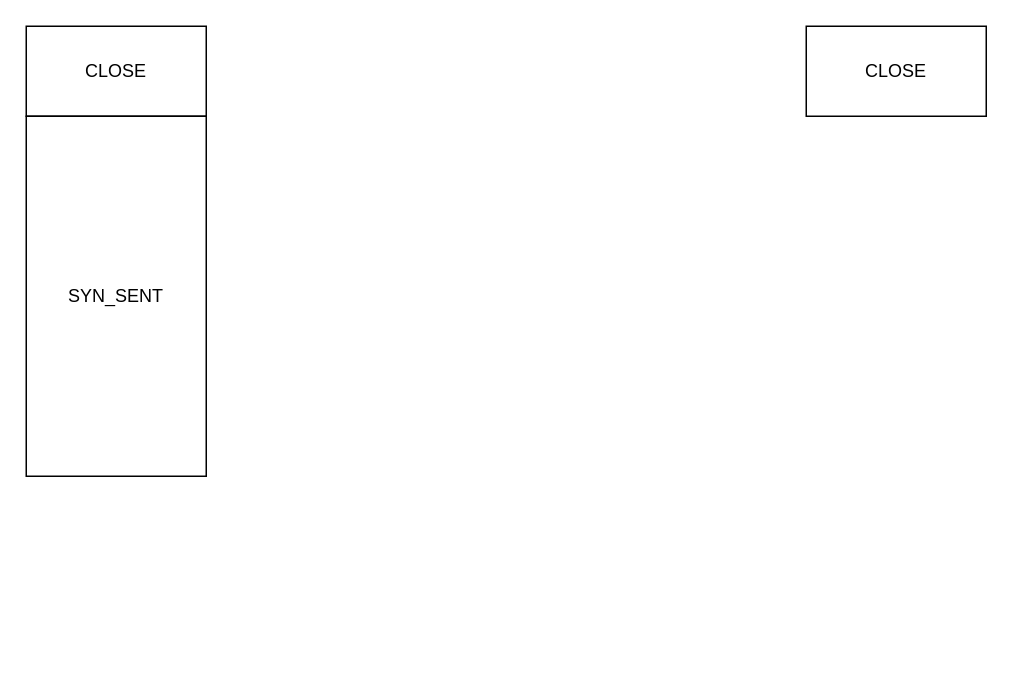
The draw.io diagram 未命名绘图.drawio in ayher/drawIo, before the edit. Source tidied: cells renumbered, new cells numbered last; positions are measured from the earlier drawing's top-left corner, leaving out a move shared by most shapes. Both pictures are drawn from the tidied source at 150%, with x=0, y=0 at pixel (26, 26).
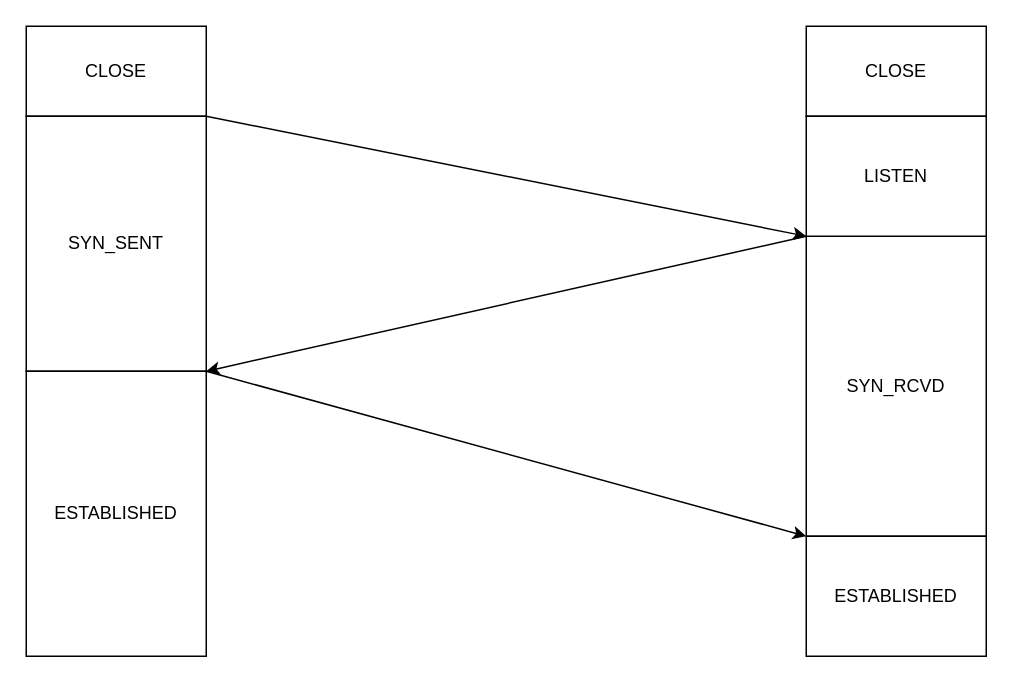
The same page after the edit.

Commit message (it also covers changes not shown here):
更新未命名绘图.drawio

The edit, as a diff of the source:
```diff
@@
 <mxGraphModel>
   <root>
     <mxCell id="0" />
     <mxCell id="1" parent="0" />
     <mxCell id="2" value="CLOSE" style="rounded=0;whiteSpace=wrap;html=1;" parent="1" vertex="1">
       <mxGeometry width="120" height="60" as="geometry" />
     </mxCell>
     <mxCell id="3" value="CLOSE" style="rounded=0;whiteSpace=wrap;html=1;" parent="1" vertex="1">
       <mxGeometry x="520" width="120" height="60" as="geometry" />
     </mxCell>
     <mxCell id="4" value="SYN_SENT" style="rounded=0;whiteSpace=wrap;html=1;" parent="1" vertex="1">
-      <mxGeometry y="60" width="120" height="240" as="geometry" />
+      <mxGeometry y="60" width="120" height="170" as="geometry" />
     </mxCell>
+    <mxCell id="5" value="SYN_RCVD" style="rounded=0;whiteSpace=wrap;html=1;" parent="1" vertex="1">
+      <mxGeometry x="520" y="140" width="120" height="200" as="geometry" />
+    </mxCell>
+    <mxCell id="6" style="endArrow=classic;html=1;rounded=0;exitX=1;exitY=1;exitDx=0;exitDy=0;entryX=0;entryY=0;entryDx=0;entryDy=0;" parent="1" edge="1" source="2" target="5">
+      <mxGeometry relative="1" as="geometry" />
+    </mxCell>
+    <mxCell id="7" value="LISTEN" style="rounded=0;whiteSpace=wrap;html=1;" parent="1" vertex="1">
+      <mxGeometry x="520" y="60" width="120" height="80" as="geometry" />
+    </mxCell>
+    <mxCell id="8" style="endArrow=classic;html=1;rounded=0;exitX=0;exitY=1;exitDx=0;exitDy=0;entryX=1;entryY=1;entryDx=0;entryDy=0;" parent="1" edge="1" source="7" target="4">
+      <mxGeometry relative="1" as="geometry" />
+    </mxCell>
+    <mxCell id="9" style="endArrow=classic;html=1;rounded=0;entryX=0;entryY=1;entryDx=0;entryDy=0;" parent="1" edge="1" target="5">
+      <mxGeometry relative="1" as="geometry">
+        <mxPoint x="120" y="230" as="sourcePoint" />
+      </mxGeometry>
+    </mxCell>
+    <mxCell id="10" value="ESTABLISHED" style="rounded=0;whiteSpace=wrap;html=1;" parent="1" vertex="1">
+      <mxGeometry y="230" width="120" height="190" as="geometry" />
+    </mxCell>
+    <mxCell id="11" value="ESTABLISHED" style="rounded=0;whiteSpace=wrap;html=1;" parent="1" vertex="1">
+      <mxGeometry x="520" y="340" width="120" height="80" as="geometry" />
+    </mxCell>
   </root>
 </mxGraphModel>
```
